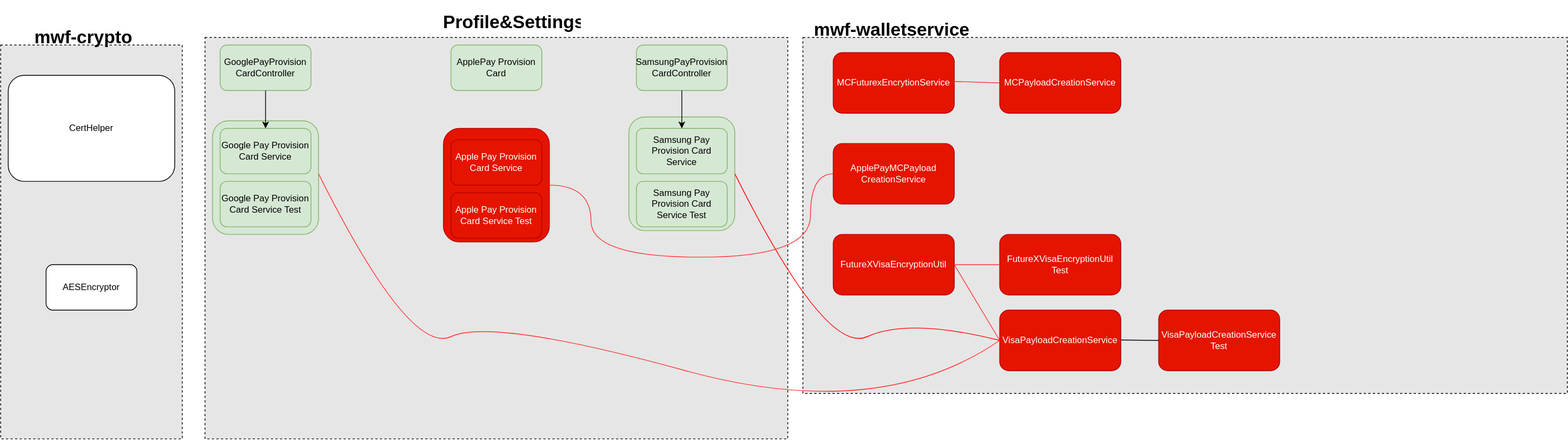
This is Work Samples/WF/Bouncy_Castle_Dependencies_Removal.drawio.svg from uchiharizvi/design-diagrams, a draw.io export, as it was before one commit. Source tidied: cells renumbered, new cells last; positions are measured from the earlier drawing's top-left corner, leaving out a move shared by most shapes.
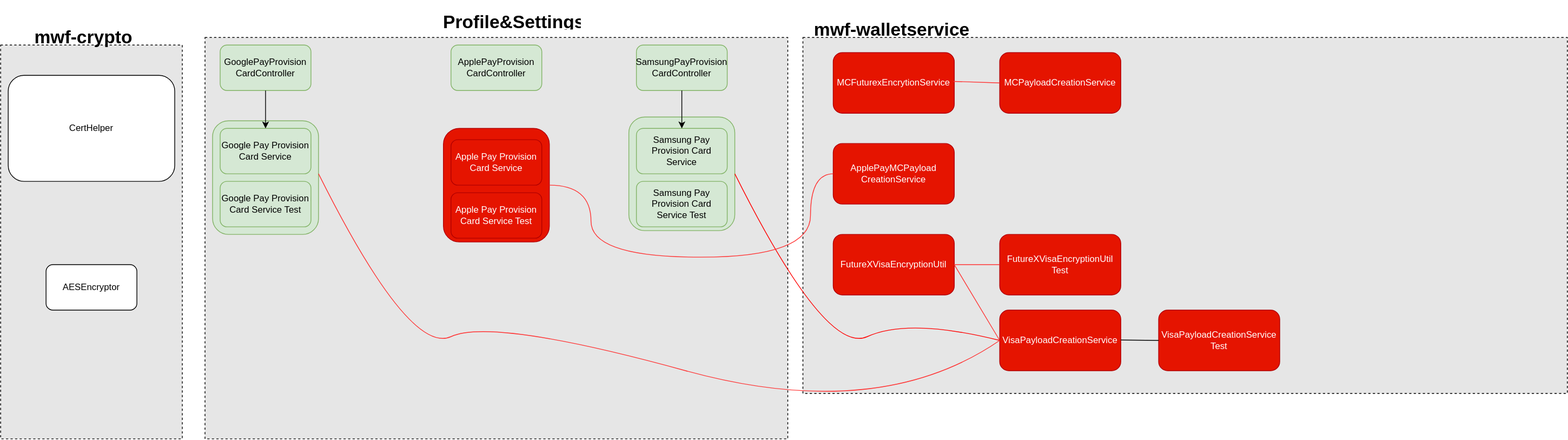
The same diagram one commit later.

The edit, as a diff of the source:
```diff
@@ -11,7 +11,7 @@
     <mxCell id="4" style="rounded=1;whiteSpace=wrap;html=1;fillColor=#d5e8d4;strokeColor=#82b366;" parent="1" vertex="1">
       <mxGeometry x="280" y="150" width="140" height="150" as="geometry" />
     </mxCell>
-    <mxCell id="5" value="ApplePay Provision Card" style="rounded=1;whiteSpace=wrap;html=1;fillColor=#d5e8d4;strokeColor=#82b366;" parent="1" vertex="1">
+    <mxCell id="5" value="ApplePayProvision&lt;br style=&quot;border-color: var(--border-color);&quot;&gt;CardController" style="rounded=1;whiteSpace=wrap;html=1;fillColor=#d5e8d4;strokeColor=#82b366;" parent="1" vertex="1">
       <mxGeometry x="595" y="50" width="120" height="60" as="geometry" />
     </mxCell>
     <mxCell id="6" value="GooglePayProvision&lt;br style=&quot;border-color: var(--border-color);&quot;&gt;CardController" style="rounded=1;whiteSpace=wrap;html=1;fillColor=#d5e8d4;strokeColor=#82b366;" parent="1" vertex="1">
@@ -48,7 +48,7 @@
       <mxGeometry x="1100" y="300" width="160" height="80" as="geometry" />
     </mxCell>
     <mxCell id="17" value="&lt;h1&gt;Profile&amp;amp;Settings&lt;/h1&gt;" style="text;html=1;spacing=5;spacingTop=-20;whiteSpace=wrap;overflow=hidden;rounded=0;" parent="1" vertex="1">
-      <mxGeometry x="580" width="190" height="120" as="geometry" />
+      <mxGeometry x="580" width="190" height="30" as="geometry" />
     </mxCell>
     <mxCell id="18" value="FutureXVisaEncryptionUtil&lt;br&gt;Test" style="rounded=1;whiteSpace=wrap;html=1;fillColor=#e51400;fontColor=#ffffff;strokeColor=#B20000;" parent="1" vertex="1">
       <mxGeometry x="1320" y="300" width="160" height="80" as="geometry" />
```
